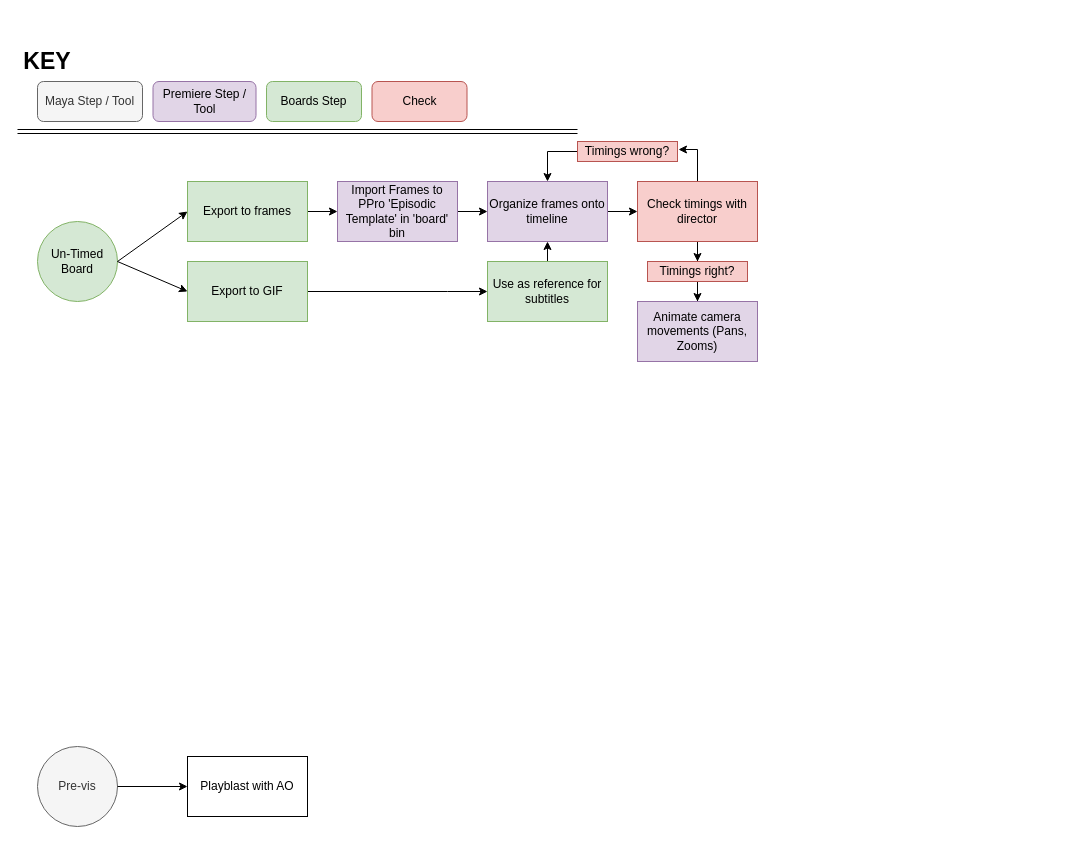
This is PPro Pipeline Flowchart.drawio from jpntong/ElbowGrease, a draw.io file, before an edit. Source tidied: cells renumbered, new cells numbered last; positions are measured from the earlier drawing's top-left corner, leaving out a move shared by most shapes. Both pictures are drawn from the tidied source at 100%, with x=0, y=0 at pixel (17, 51).
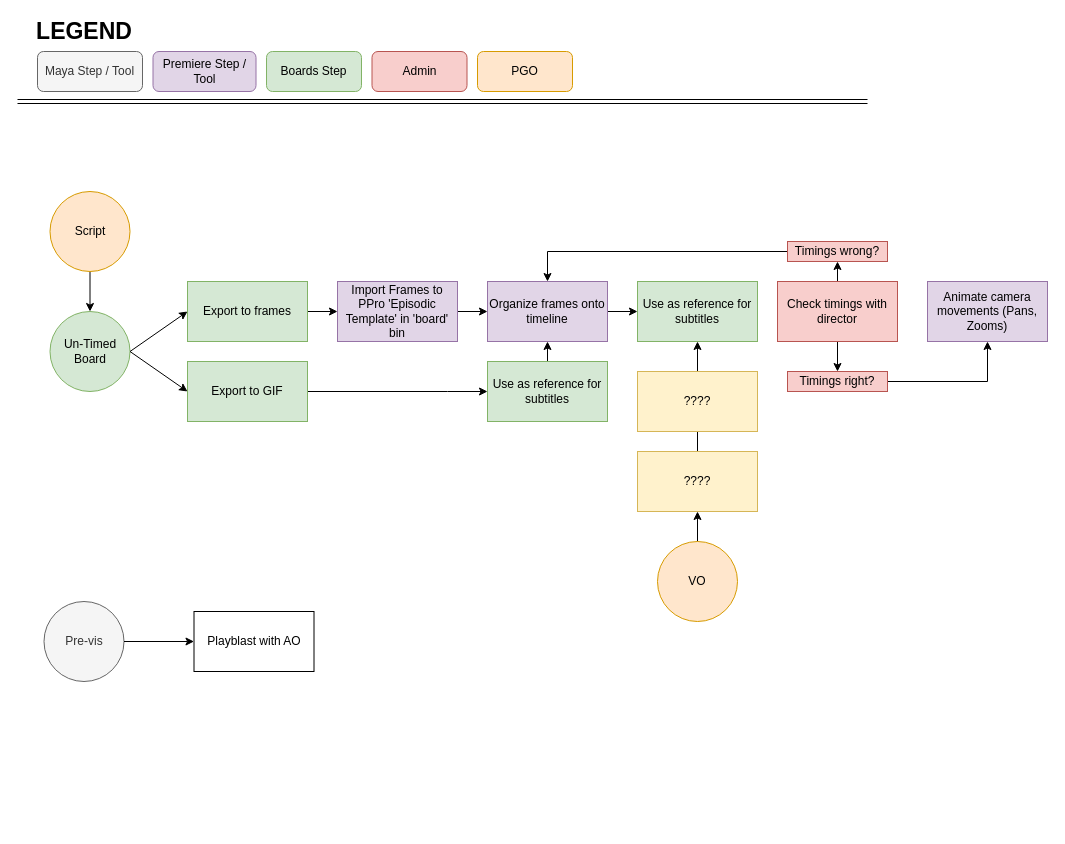
After the change.

Change to the diagram source:
```diff
@@
     <mxCell id="2" value="Pre-vis" style="ellipse;whiteSpace=wrap;html=1;fillColor=#f5f5f5;strokeColor=#666666;fontColor=#333333;" parent="1" vertex="1">
-      <mxGeometry x="20" y="695" width="80" height="80" as="geometry" />
+      <mxGeometry x="26.5" y="550" width="80" height="80" as="geometry" />
     </mxCell>
     <mxCell id="3" value="Playblast with AO" style="rounded=0;whiteSpace=wrap;html=1;" parent="1" vertex="1">
-      <mxGeometry x="170" y="705" width="120" height="60" as="geometry" />
+      <mxGeometry x="176.5" y="560" width="120" height="60" as="geometry" />
     </mxCell>
@@
     <mxCell id="5" value="Un-Timed Board" style="ellipse;whiteSpace=wrap;html=1;fillColor=#d5e8d4;strokeColor=#82b366;" parent="1" vertex="1">
-      <mxGeometry x="20" y="170" width="80" height="80" as="geometry" />
+      <mxGeometry x="32.5" y="260" width="80" height="80" as="geometry" />
     </mxCell>
@@
     <mxCell id="7" value="Export to frames" style="rounded=0;whiteSpace=wrap;html=1;fillColor=#d5e8d4;strokeColor=#82b366;" parent="1" vertex="1">
-      <mxGeometry x="170" y="130" width="120" height="60" as="geometry" />
+      <mxGeometry x="170" y="230" width="120" height="60" as="geometry" />
     </mxCell>
-    <mxCell id="8" style="endArrow=classic;html=1;exitX=1;exitY=0.5;exitDx=0;exitDy=0;entryX=0;entryY=0.5;entryDx=0;entryDy=0;" parent="1" edge="1" target="7">
-      <mxGeometry relative="1" as="geometry">
-        <mxPoint x="100" y="210" as="sourcePoint" />
-      </mxGeometry>
+    <mxCell id="8" style="endArrow=classic;html=1;exitX=1;exitY=0.5;exitDx=0;exitDy=0;entryX=0;entryY=0.5;entryDx=0;entryDy=0;" parent="1" edge="1" source="5" target="7">
+      <mxGeometry relative="1" as="geometry" />
     </mxCell>
     <mxCell id="9" style="edgeStyle=orthogonalEdgeStyle;rounded=0;jettySize=auto;html=1;entryX=0;entryY=0.5;entryDx=0;entryDy=0;" parent="1" edge="1" source="10" target="13">
       <mxGeometry relative="1" as="geometry">
         <Array as="points">
-          <mxPoint x="430" y="240" />
-          <mxPoint x="430" y="240" />
+          <mxPoint x="430" y="340" />
+          <mxPoint x="430" y="340" />
         </Array>
       </mxGeometry>
     </mxCell>
     <mxCell id="10" value="Export to GIF" style="rounded=0;whiteSpace=wrap;html=1;fillColor=#d5e8d4;strokeColor=#82b366;" parent="1" vertex="1">
-      <mxGeometry x="170" y="210" width="120" height="60" as="geometry" />
+      <mxGeometry x="170" y="310" width="120" height="60" as="geometry" />
     </mxCell>
@@
     <mxCell id="13" value="Use as reference for subtitles" style="rounded=0;whiteSpace=wrap;html=1;fillColor=#d5e8d4;strokeColor=#82b366;" parent="1" vertex="1">
-      <mxGeometry x="470" y="210" width="120" height="60" as="geometry" />
+      <mxGeometry x="470" y="310" width="120" height="60" as="geometry" />
     </mxCell>
@@
     <mxCell id="15" value="Import Frames to PPro 'Episodic Template' in 'board' bin&lt;br&gt;" style="rounded=0;whiteSpace=wrap;html=1;fillColor=#e1d5e7;strokeColor=#9673a6;" parent="1" vertex="1">
-      <mxGeometry x="320" y="130" width="120" height="60" as="geometry" />
+      <mxGeometry x="320" y="230" width="120" height="60" as="geometry" />
     </mxCell>
-    <mxCell id="16" style="edgeStyle=orthogonalEdgeStyle;rounded=0;jettySize=auto;html=1;exitX=1;exitY=0.5;exitDx=0;exitDy=0;" parent="1" edge="1" source="17" target="25">
+    <mxCell id="16" style="edgeStyle=orthogonalEdgeStyle;rounded=0;jettySize=auto;html=1;exitX=1;exitY=0.5;exitDx=0;exitDy=0;entryX=0;entryY=0.5;entryDx=0;entryDy=0;" parent="1" edge="1" source="17" target="38">
       <mxGeometry relative="1" as="geometry" />
     </mxCell>
     <mxCell id="17" value="Organize frames onto timeline" style="rounded=0;whiteSpace=wrap;html=1;fillColor=#e1d5e7;strokeColor=#9673a6;" parent="1" vertex="1">
-      <mxGeometry x="470" y="130" width="120" height="60" as="geometry" />
+      <mxGeometry x="470" y="230" width="120" height="60" as="geometry" />
     </mxCell>
     <mxCell id="18" value="Maya Step / Tool" style="rounded=1;whiteSpace=wrap;html=1;fillColor=#f5f5f5;strokeColor=#666666;fontColor=#333333;" parent="1" vertex="1">
-      <mxGeometry x="20" y="30" width="105" height="40" as="geometry" />
+      <mxGeometry x="20" width="105" height="40" as="geometry" />
     </mxCell>
     <mxCell id="19" value="Premiere Step / Tool&lt;br&gt;" style="rounded=1;whiteSpace=wrap;html=1;fillColor=#e1d5e7;strokeColor=#9673a6;" parent="1" vertex="1">
-      <mxGeometry x="135.5" y="30" width="103" height="40" as="geometry" />
+      <mxGeometry x="135.5" width="103" height="40" as="geometry" />
     </mxCell>
-    <mxCell id="20" value="&lt;b&gt;&lt;font style=&quot;font-size: 23px&quot;&gt;KEY&lt;/font&gt;&lt;/b&gt;" style="text;html=1;strokeColor=none;fillColor=none;align=center;verticalAlign=middle;whiteSpace=wrap;rounded=0;" parent="1" vertex="1">
-      <mxGeometry x="10" width="40" height="20" as="geometry" />
+    <mxCell id="20" value="&lt;b&gt;&lt;font style=&quot;font-size: 23px&quot;&gt;LEGEND&lt;br&gt;&lt;/font&gt;&lt;/b&gt;" style="text;html=1;strokeColor=none;fillColor=none;align=center;verticalAlign=middle;whiteSpace=wrap;rounded=0;" parent="1" vertex="1">
+      <mxGeometry x="46.5" y="-30" width="40" height="20" as="geometry" />
     </mxCell>
     <mxCell id="21" value="Boards Step" style="rounded=1;whiteSpace=wrap;html=1;fillColor=#d5e8d4;strokeColor=#82b366;" parent="1" vertex="1">
-      <mxGeometry x="249" y="30" width="95" height="40" as="geometry" />
+      <mxGeometry x="249" width="95" height="40" as="geometry" />
     </mxCell>
     <mxCell id="22" style="shape=link;html=1;" parent="1" edge="1">
       <mxGeometry relative="1" as="geometry">
-        <mxPoint y="80" as="sourcePoint" />
-        <mxPoint x="560" y="80" as="targetPoint" />
+        <mxPoint y="50" as="sourcePoint" />
+        <mxPoint x="850" y="50" as="targetPoint" />
       </mxGeometry>
     </mxCell>
-    <mxCell id="23" style="edgeStyle=orthogonalEdgeStyle;rounded=0;jettySize=auto;html=1;exitX=0.5;exitY=1;exitDx=0;exitDy=0;" parent="1" edge="1" source="25" target="27">
-      <mxGeometry relative="1" as="geometry" />
+    <mxCell id="23" style="edgeStyle=orthogonalEdgeStyle;rounded=0;jettySize=auto;html=1;exitX=1;exitY=0.5;exitDx=0;exitDy=0;" parent="1" edge="1" source="25" target="27">
+      <mxGeometry relative="1" as="geometry">
+        <Array as="points">
+          <mxPoint x="820" y="260" />
+        </Array>
+      </mxGeometry>
     </mxCell>
-    <mxCell id="24" style="edgeStyle=orthogonalEdgeStyle;rounded=0;jettySize=auto;html=1;exitX=0.5;exitY=0;exitDx=0;exitDy=0;" parent="1" edge="1" source="25">
-      <mxGeometry relative="1" as="geometry">
-        <mxPoint x="661" y="98" as="targetPoint" />
-        <Array as="points">
-          <mxPoint x="680" y="98" />
-        </Array>
-      </mxGeometry>
-    </mxCell>
+    <mxCell id="32" style="edgeStyle=orthogonalEdgeStyle;rounded=0;jettySize=auto;html=1;exitX=0.5;exitY=0;exitDx=0;exitDy=0;entryX=0.5;entryY=1;entryDx=0;entryDy=0;" parent="1" edge="1" source="25" target="29">
+      <mxGeometry relative="1" as="geometry" />
+    </mxCell>
     <mxCell id="25" value="Check timings with director&lt;br&gt;" style="rounded=0;whiteSpace=wrap;html=1;fillColor=#f8cecc;strokeColor=#b85450;" parent="1" vertex="1">
-      <mxGeometry x="620" y="130" width="120" height="60" as="geometry" />
+      <mxGeometry x="760" y="230" width="120" height="60" as="geometry" />
     </mxCell>
@@
     <mxCell id="27" value="Timings right?" style="rounded=0;whiteSpace=wrap;html=1;fillColor=#f8cecc;strokeColor=#b85450;" parent="1" vertex="1">
-      <mxGeometry x="630" y="210" width="100" height="20" as="geometry" />
+      <mxGeometry x="770" y="320" width="100" height="20" as="geometry" />
     </mxCell>
     <mxCell id="28" style="edgeStyle=orthogonalEdgeStyle;rounded=0;jettySize=auto;html=1;exitX=0;exitY=0.5;exitDx=0;exitDy=0;" parent="1" edge="1" source="29" target="17">
       <mxGeometry relative="1" as="geometry">
         <Array as="points">
-          <mxPoint x="530" y="100" />
+          <mxPoint x="530" y="200" />
         </Array>
       </mxGeometry>
     </mxCell>
-    <mxCell id="29" value="Timings wrong?" style="rounded=0;whiteSpace=wrap;html=1;fillColor=#f8cecc;strokeColor=#b85450;" parent="1" vertex="1">
-      <mxGeometry x="560" y="90" width="100" height="20" as="geometry" />
-    </mxCell>
     <mxCell id="30" value="Animate camera movements (Pans, Zooms)" style="rounded=0;whiteSpace=wrap;html=1;fillColor=#e1d5e7;strokeColor=#9673a6;" parent="1" vertex="1">
-      <mxGeometry x="620" y="250" width="120" height="60" as="geometry" />
+      <mxGeometry x="910" y="230" width="120" height="60" as="geometry" />
     </mxCell>
-    <mxCell id="31" value="Check" style="rounded=1;whiteSpace=wrap;html=1;fillColor=#f8cecc;strokeColor=#b85450;" parent="1" vertex="1">
-      <mxGeometry x="354.5" y="30" width="95" height="40" as="geometry" />
+    <mxCell id="31" value="Admin&lt;br&gt;" style="rounded=1;whiteSpace=wrap;html=1;fillColor=#f8cecc;strokeColor=#b85450;" parent="1" vertex="1">
+      <mxGeometry x="354.5" width="95" height="40" as="geometry" />
     </mxCell>
+    <mxCell id="33" value="PGO&lt;br&gt;" style="rounded=1;whiteSpace=wrap;html=1;fillColor=#ffe6cc;strokeColor=#d79b00;" parent="1" vertex="1">
+      <mxGeometry x="460" width="95" height="40" as="geometry" />
+    </mxCell>
+    <mxCell id="34" style="edgeStyle=orthogonalEdgeStyle;rounded=0;jettySize=auto;html=1;entryX=0.5;entryY=0;entryDx=0;entryDy=0;" parent="1" edge="1" source="35" target="5">
+      <mxGeometry relative="1" as="geometry" />
+    </mxCell>
+    <mxCell id="35" value="Script" style="ellipse;whiteSpace=wrap;html=1;fillColor=#ffe6cc;strokeColor=#d79b00;" parent="1" vertex="1">
+      <mxGeometry x="32.5" y="140" width="80" height="80" as="geometry" />
+    </mxCell>
+    <mxCell id="36" style="edgeStyle=orthogonalEdgeStyle;rounded=0;jettySize=auto;html=1;exitX=0.5;exitY=0;exitDx=0;exitDy=0;entryX=0.5;entryY=1;entryDx=0;entryDy=0;" parent="1" edge="1" source="37" target="40">
+      <mxGeometry relative="1" as="geometry" />
+    </mxCell>
+    <mxCell id="37" value="VO" style="ellipse;whiteSpace=wrap;html=1;fillColor=#ffe6cc;strokeColor=#d79b00;" parent="1" vertex="1">
+      <mxGeometry x="640" y="490" width="80" height="80" as="geometry" />
+    </mxCell>
+    <mxCell id="38" value="Use as reference for subtitles" style="rounded=0;whiteSpace=wrap;html=1;fillColor=#d5e8d4;strokeColor=#82b366;" parent="1" vertex="1">
+      <mxGeometry x="620" y="230" width="120" height="60" as="geometry" />
+    </mxCell>
+    <mxCell id="29" value="Timings wrong?" style="rounded=0;whiteSpace=wrap;html=1;fillColor=#f8cecc;strokeColor=#b85450;" parent="1" vertex="1">
+      <mxGeometry x="770" y="190" width="100" height="20" as="geometry" />
+    </mxCell>
+    <mxCell id="39" style="edgeStyle=orthogonalEdgeStyle;rounded=0;jettySize=auto;html=1;exitX=0.5;exitY=0;exitDx=0;exitDy=0;entryX=0.5;entryY=1;entryDx=0;entryDy=0;" parent="1" edge="1" source="40" target="38">
+      <mxGeometry relative="1" as="geometry" />
+    </mxCell>
+    <mxCell id="40" value="????" style="rounded=0;whiteSpace=wrap;html=1;fillColor=#fff2cc;strokeColor=#d6b656;" parent="1" vertex="1">
+      <mxGeometry x="620" y="400" width="120" height="60" as="geometry" />
+    </mxCell>
+    <mxCell id="41" value="????" style="rounded=0;whiteSpace=wrap;html=1;fillColor=#fff2cc;strokeColor=#d6b656;" parent="1" vertex="1">
+      <mxGeometry x="620" y="320" width="120" height="60" as="geometry" />
+    </mxCell>
```
